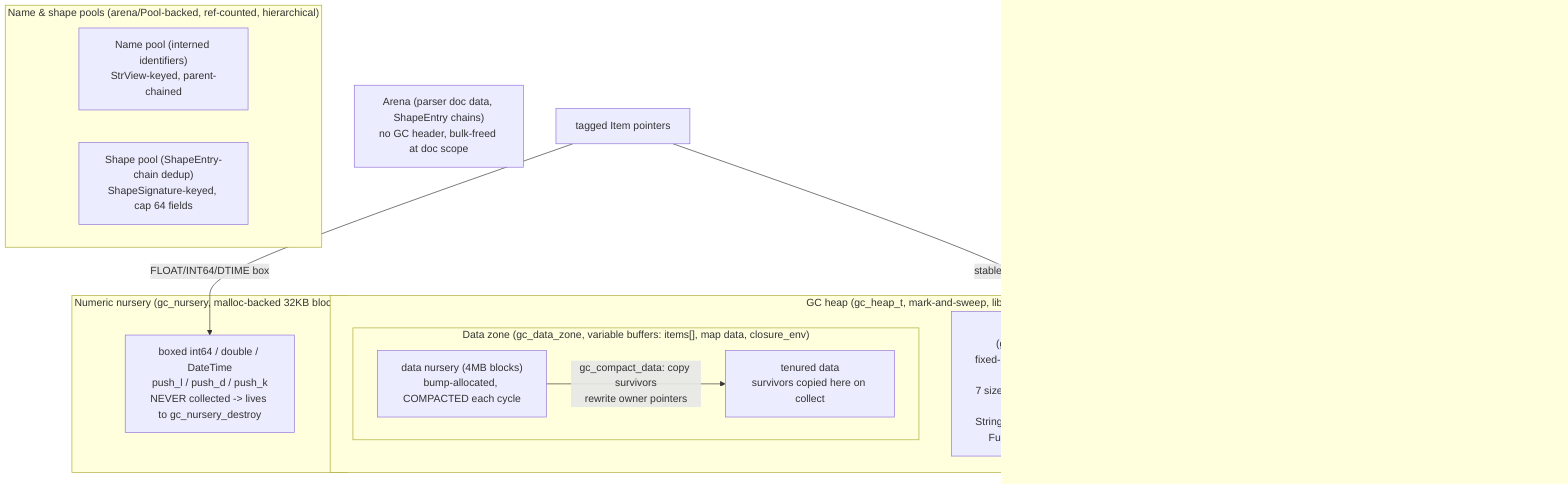
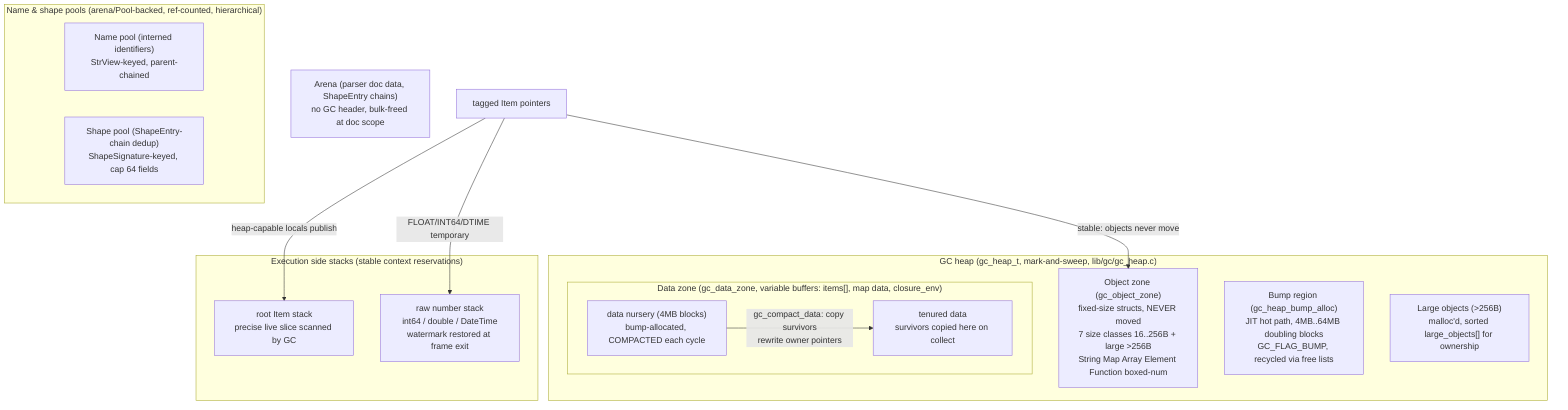
flowchart TB
  subgraph GC["GC heap (gc_heap_t, mark-and-sweep, lib/gc/gc_heap.c)"]
    OZ["Object zone (gc_object_zone)\nfixed-size structs, NEVER moved\n7 size classes 16..256B + large >256B\nString Map Array Element Function boxed-num"]
    BUMP["Bump region (gc_heap_bump_alloc)\nJIT hot path, 4MB..64MB doubling blocks\nGC_FLAG_BUMP, recycled via free lists"]
    subgraph DZ["Data zone (gc_data_zone, variable buffers: items[], map data, closure_env)"]
      DN["data nursery (4MB blocks)\nbump-allocated, COMPACTED each cycle"]
      DT["tenured data\nsurvivors copied here on collect"]
      DN -->|"gc_compact_data: copy survivors\nrewrite owner pointers"| DT
    end
    LO["Large objects (>256B)\nmalloc'd, sorted large_objects[] for ownership"]
  end

-   subgraph NUR["Numeric nursery (gc_nursery, malloc-backed 32KB blocks)"]
-     NN["boxed int64 / double / DateTime\npush_l / push_d / push_k\nNEVER collected -> lives to gc_nursery_destroy"]
+   subgraph SIDE["Execution side stacks (stable context reservations)"]
+     ROOT["root Item stack\nprecise live slice scanned by GC"]
+     NN["raw number stack\nint64 / double / DateTime\nwatermark restored at frame exit"]
  end

  subgraph POOL["Name & shape pools (arena/Pool-backed, ref-counted, hierarchical)"]
    NP["Name pool (interned identifiers)\nStrView-keyed, parent-chained"]
    SP["Shape pool (ShapeEntry-chain dedup)\nShapeSignature-keyed, cap 64 fields"]
  end

  ARENA["Arena (parser doc data, ShapeEntry chains)\nno GC header, bulk-freed at doc scope"]

  TAGS["tagged Item pointers"]
  TAGS -->|"stable: objects never move"| OZ
-   TAGS -->|"FLOAT/INT64/DTIME box"| NN
+   TAGS -->|"heap-capable locals publish"| ROOT
+   TAGS -->|"FLOAT/INT64/DTIME temporary"| NN
